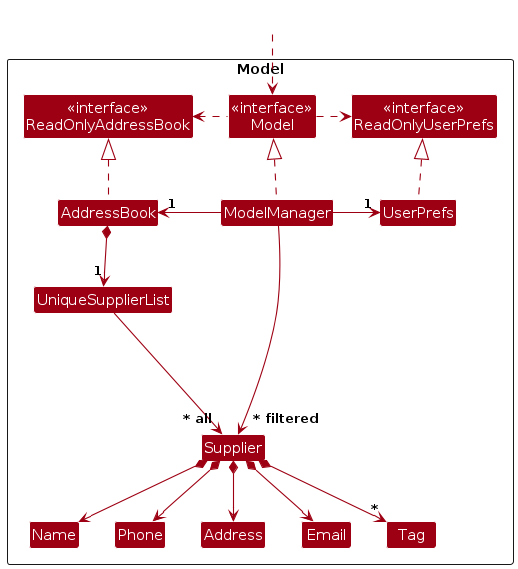
Earlier version of the PlantUML export diagrams/ModelClassDiagram.png (AY2425S1-CS2103T-T17-3/tp). Its source is kept beside it as diagrams/ModelClassDiagram.puml.
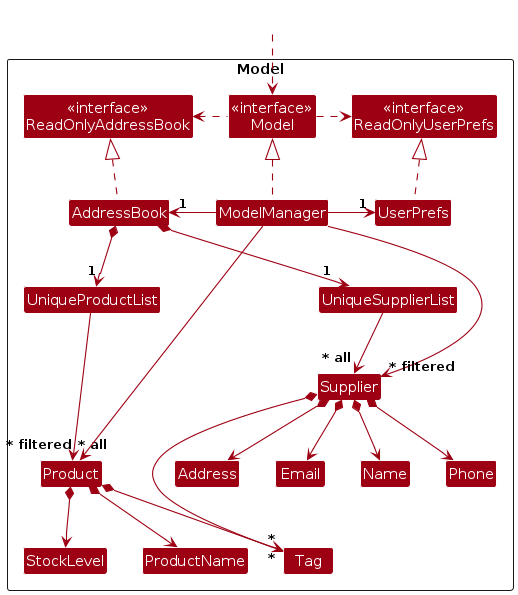
The same file after the commit.

Change to the diagram source:
```diff
@@ -1,4 +1,5 @@
 @startuml
+
 !include style.puml
 skinparam arrowThickness 1.1
 skinparam arrowColor MODEL_COLOR
@@ -20,6 +21,15 @@
 Class Phone
 Class Tag
 
+Class UniqueProductList
+Class Product
+Class ProductName
+Class StockLevel {
+    - stockLevel: int
+    - minStockLevel: int
+    - maxStockLevel: int
+}
+
 Class I #FFFFFF
 }
 
@@ -36,19 +46,29 @@
 UserPrefs .up.|> ReadOnlyUserPrefs
 
 AddressBook *--> "1" UniqueSupplierList
-UniqueSupplierList --> "~* all" Supplier
+UniqueSupplierList -down-> "~* all" Supplier
 Supplier *--> Name
 Supplier *--> Phone
 Supplier *--> Email
 Supplier *--> Address
 Supplier *--> "*" Tag
 
-Supplier -[hidden]up--> I
-UniqueSupplierList -[hidden]right-> I
+AddressBook *-down-> "1" UniqueProductList
+UniqueProductList --> "~* all" Product
+Product *--> ProductName
+Product *--> StockLevel
+Product *--> "*" Tag
+
+Supplier -[hidden]left-> I
+UniqueSupplierList -[hidden]left-> I
+
+Product -[hidden]up--> I
+UniqueProductList -[hidden]right-> I
 
 Name -[hidden]right-> Phone
 Phone -[hidden]right-> Address
 Address -[hidden]right-> Email
 
 ModelManager --> "~* filtered" Supplier
+ModelManager --> "~* filtered" Product
 @enduml
```
